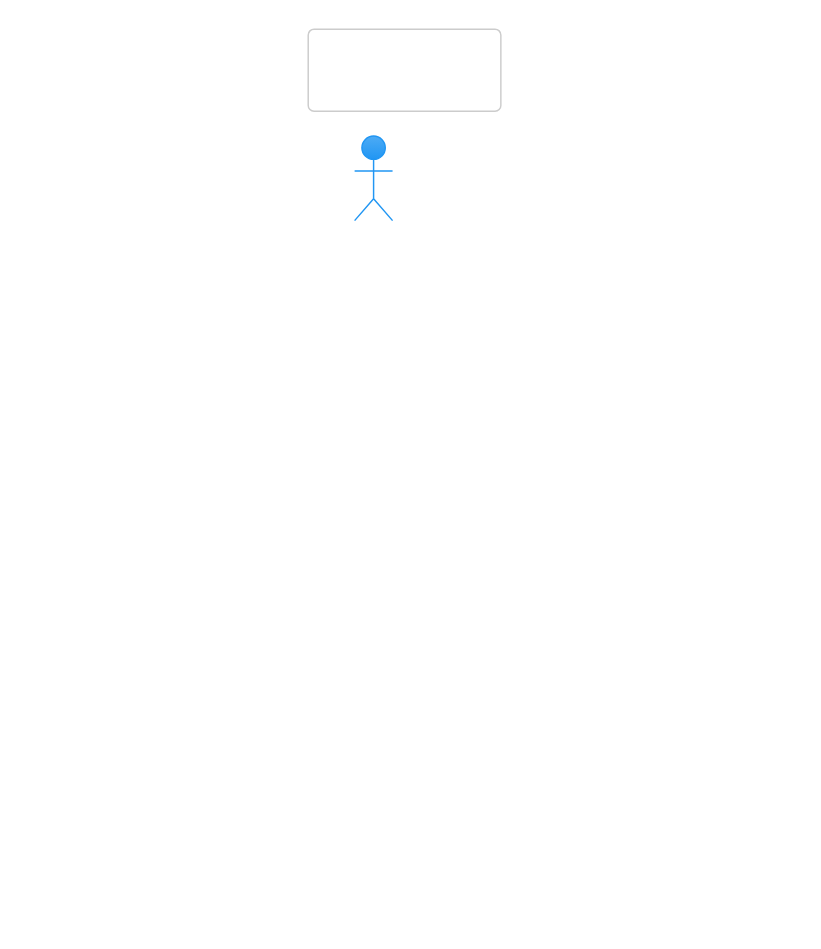
Above: docs/workflow-viz/charts/src-server-application-workflow-command-service-ts-b8963d50-architecture-context.svg in maroonxv/stock-screening-boost (PlantUML), before the change. Its diagram source:
```plantuml
@startuml
!theme materia
skinparam defaultFontColor #FFFFFF
skinparam ArrowColor #FFFFFF
skinparam LineColor #FFFFFF
skinparam PackageBorderColor #FFFFFF
skinparam RectangleBorderColor #FFFFFF
skinparam ComponentBorderColor #FFFFFF
skinparam SequenceArrowColor #FFFFFF
skinparam SequenceLifeLineBorderColor #FFFFFF
skinparam SequenceParticipantBorderColor #FFFFFF
skinparam SequenceParticipantFontColor #FFFFFF
skinparam ActivityBorderColor #FFFFFF
skinparam ActivityFontColor #FFFFFF
skinparam ActivityDiamondBorderColor #FFFFFF
skinparam ActivityDiamondFontColor #FFFFFF
skinparam StateBorderColor #FFFFFF
skinparam StateFontColor #FFFFFF
title 架构总览图
skinparam shadowing false
skinparam componentStyle rectangle

actor "workflowRouter.startWatchlistTimingPipeline" as Router
rectangle "WorkflowCommandService" as Service
rectangle "PrismaWorkflowRunRepository" as Repository
rectangle "RedisWorkflowRuntimeStore" as RuntimeStore
rectangle "Watchlist timing template" as Template

Router --> Service : startWatchlistTimingPipeline(command)
Service --> Repository : 查幂等 / 取模板 / createRun
Repository --> Template : ensureWatchlistTimingPipelineTemplate()
Service --> RuntimeStore : 取消 / 恢复 / 发布事件时使用
Service --> Router : runId / status / createdAt
@enduml
```
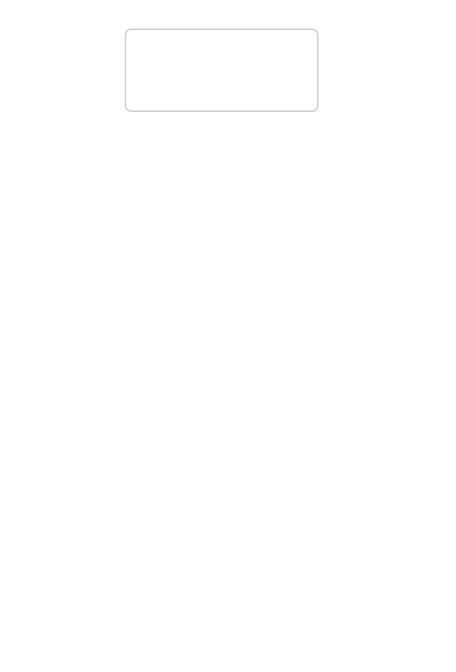
Above is the later version.

Diff of the diagram source:
```diff
@@ -20,15 +20,15 @@
 skinparam shadowing false
 skinparam componentStyle rectangle
 
-actor "workflowRouter.startWatchlistTimingPipeline" as Router
-rectangle "WorkflowCommandService" as Service
-rectangle "PrismaWorkflowRunRepository" as Repository
-rectangle "RedisWorkflowRuntimeStore" as RuntimeStore
-rectangle "Watchlist timing template" as Template
+rectangle "外部调用方" as caller
+rectangle "入口函数 cancelRun" as entrypoint
+rectangle "上游上下文" as upstream
+rectangle "下游协作者" as downstream
+rectangle "外部资源" as external
 
-Router --> Service : startWatchlistTimingPipeline(command)
-Service --> Repository : 查幂等 / 取模板 / createRun
-Repository --> Template : ensureWatchlistTimingPipelineTemplate()
-Service --> RuntimeStore : 取消 / 恢复 / 发布事件时使用
-Service --> Router : runId / status / createdAt
+caller --> entrypoint : 发起请求
+upstream --> entrypoint : 提供上下文
+entrypoint --> downstream : 分派关键动作
+entrypoint --> external : 读写外部资源
+entrypoint --> caller : 返回结果
 @enduml
```
